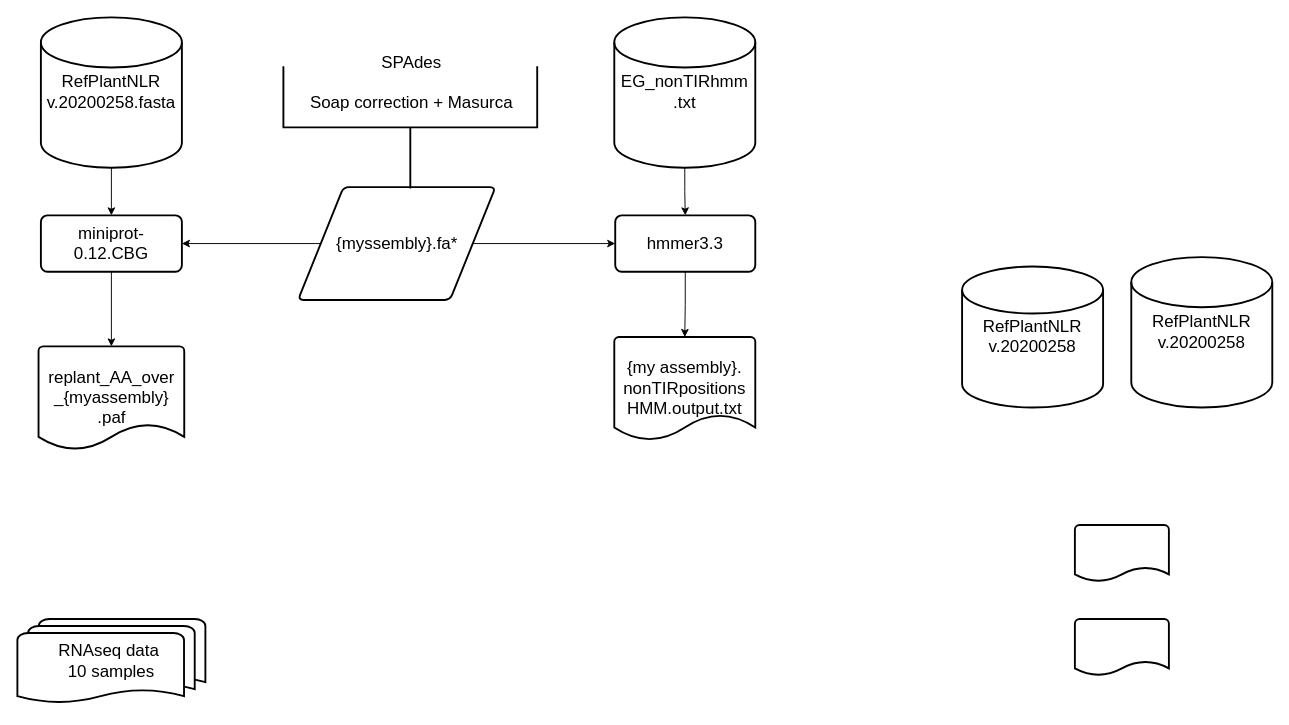
This is Untitled Diagram.drawio from acarolinao/planets, a draw.io file, before an edit. Source tidied: cells renumbered, new cells numbered last; positions are measured from the earlier drawing's top-left corner, leaving out a move shared by most shapes. Both pictures are drawn from the tidied source at 94%, with x=0, y=0 at pixel (17, 0).
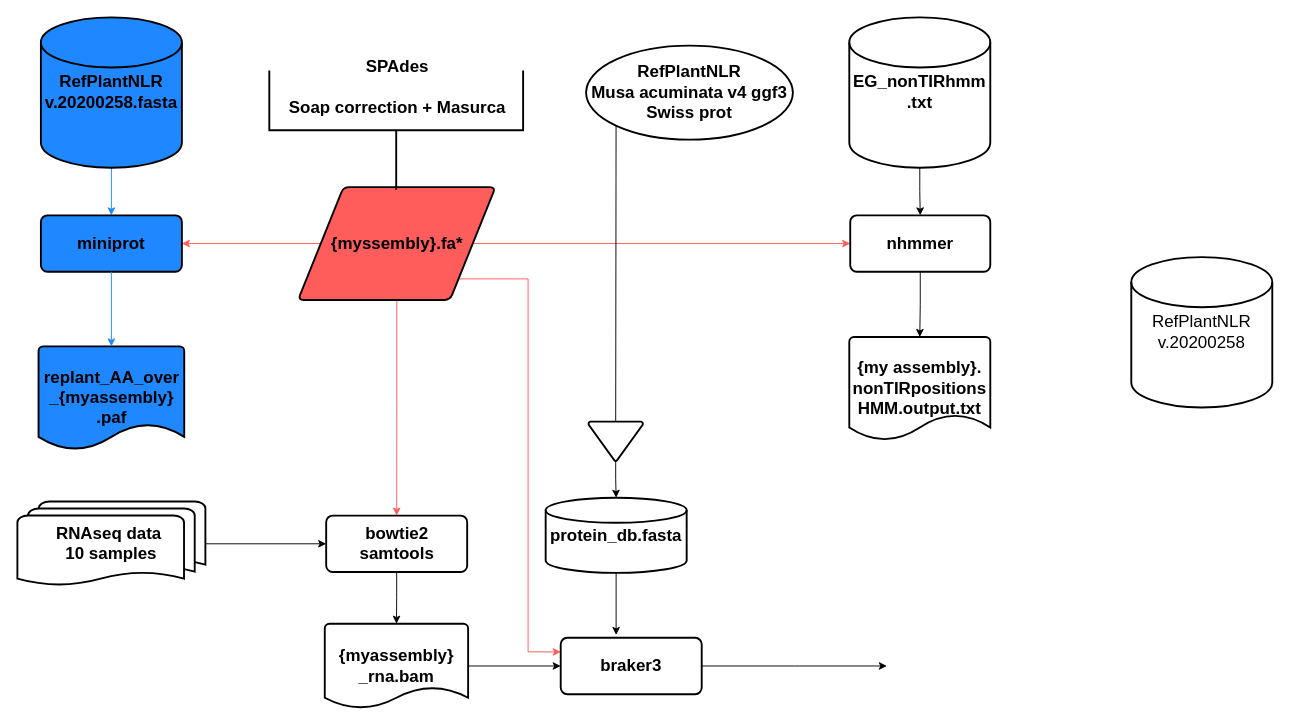
The same diagram, later.

What changed in the source:
```diff
@@
-    <mxCell id="2" style="edgeStyle=orthogonalEdgeStyle;rounded=0;jettySize=auto;html=1;entryX=1;entryY=0.5;entryDx=0;entryDy=0;" parent="1" edge="1" source="4" target="17">
+    <mxCell id="2" style="edgeStyle=orthogonalEdgeStyle;rounded=0;jettySize=auto;html=1;entryX=1;entryY=0.5;entryDx=0;entryDy=0;strokeColor=#FF5C5C;" parent="1" edge="1" source="4" target="17">
       <mxGeometry relative="1" as="geometry" />
     </mxCell>
+    <mxCell id="22" style="edgeStyle=orthogonalEdgeStyle;rounded=0;jettySize=auto;html=1;exitX=0.5;exitY=1;exitDx=0;exitDy=0;strokeColor=#FF5C5C;" parent="1" edge="1" source="4" target="27">
+      <mxGeometry relative="1" as="geometry" />
+    </mxCell>
-    <mxCell id="3" style="edgeStyle=orthogonalEdgeStyle;rounded=0;jettySize=auto;html=1;entryX=0;entryY=0.5;entryDx=0;entryDy=0;" parent="1" edge="1" source="4" target="18">
+    <mxCell id="3" style="edgeStyle=orthogonalEdgeStyle;rounded=0;jettySize=auto;html=1;entryX=0;entryY=0.5;entryDx=0;entryDy=0;strokeColor=#FF5C5C;" parent="1" edge="1" source="4" target="18">
       <mxGeometry relative="1" as="geometry" />
     </mxCell>
+    <mxCell id="23" style="edgeStyle=orthogonalEdgeStyle;rounded=0;jettySize=auto;html=1;entryX=0;entryY=0.25;entryDx=0;entryDy=0;strokeColor=#FF5C5C;exitX=1;exitY=1;exitDx=0;exitDy=0;" parent="1" edge="1" source="4" target="35">
+      <mxGeometry relative="1" as="geometry" />
+    </mxCell>
-    <mxCell id="4" value="&lt;font style=&quot;font-size: 18px;&quot;&gt;{myssembly}.fa*&lt;/font&gt;" style="shape=parallelogram;html=1;strokeWidth=2;perimeter=parallelogramPerimeter;whiteSpace=wrap;rounded=1;arcSize=12;size=0.23;" parent="1" vertex="1">
+    <mxCell id="4" value="&lt;font style=&quot;font-size: 18px;&quot;&gt;&lt;b&gt;{myssembly}.fa*&lt;/b&gt;&lt;/font&gt;" style="shape=parallelogram;html=1;strokeWidth=2;perimeter=parallelogramPerimeter;whiteSpace=wrap;rounded=1;arcSize=12;size=0.23;strokeColor=#000000;fillColor=#FF5C5C;" parent="1" vertex="1">
       <mxGeometry x="298.6" y="198.6" width="210" height="120" as="geometry" />
     </mxCell>
     <mxCell id="5" style="strokeWidth=2;html=1;shape=mxgraph.flowchart.annotation_2;align=left;labelPosition=right;rotation=-90;" parent="1" vertex="1">
-      <mxGeometry x="353" width="130" height="270" as="geometry" />
+      <mxGeometry x="339.5" y="3" width="127" height="270" as="geometry" />
     </mxCell>
-    <mxCell id="6" value="&lt;font style=&quot;font-size: 18px;&quot;&gt;SPAdes&lt;br&gt;&lt;br&gt;Soap correction + Masurca&lt;/font&gt;" style="text;html=1;align=center;verticalAlign=middle;strokeColor=none;fillColor=none;" parent="1" vertex="1">
-      <mxGeometry x="298.6" y="48" width="240" height="80" as="geometry" />
+    <mxCell id="6" value="&lt;font style=&quot;font-size: 18px;&quot;&gt;&lt;b&gt;SPAdes&lt;br&gt;&lt;br&gt;Soap correction + Masurca&lt;/b&gt;&lt;/font&gt;" style="text;html=1;align=center;verticalAlign=middle;strokeColor=none;fillColor=none;" parent="1" vertex="1">
+      <mxGeometry x="278.6" y="52.5" width="250" height="80" as="geometry" />
     </mxCell>
-    <mxCell id="7" style="strokeWidth=2;html=1;shape=mxgraph.flowchart.document2;whiteSpace=wrap;size=0.25;" parent="1" vertex="1">
-      <mxGeometry x="1125" y="658" width="100" height="60" as="geometry" />
-    </mxCell>
-    <mxCell id="8" style="strokeWidth=2;html=1;shape=mxgraph.flowchart.document2;whiteSpace=wrap;size=0.25;" parent="1" vertex="1">
-      <mxGeometry x="1125" y="558" width="100" height="60" as="geometry" />
-    </mxCell>
-    <mxCell id="9" value="&lt;font style=&quot;font-size: 18px;&quot;&gt;{my assembly}.&lt;br&gt;nonTIRpositions&lt;br&gt;HMM.output.txt&lt;/font&gt;" style="strokeWidth=2;html=1;shape=mxgraph.flowchart.document2;whiteSpace=wrap;size=0.25;" parent="1" vertex="1">
-      <mxGeometry x="635" y="358" width="150" height="110" as="geometry" />
+    <mxCell id="9" value="&lt;font style=&quot;font-size: 18px;&quot;&gt;&lt;b&gt;{my assembly}.&lt;br&gt;nonTIRpositions&lt;br&gt;HMM.output.txt&lt;/b&gt;&lt;/font&gt;" style="strokeWidth=2;html=1;shape=mxgraph.flowchart.document2;whiteSpace=wrap;size=0.25;" parent="1" vertex="1">
+      <mxGeometry x="885" y="358" width="150" height="110" as="geometry" />
     </mxCell>
-    <mxCell id="10" value="&lt;font style=&quot;font-size: 18px;&quot;&gt;replant_AA_over _{myassembly} .paf&lt;/font&gt;" style="strokeWidth=2;html=1;shape=mxgraph.flowchart.document2;whiteSpace=wrap;size=0.25;" parent="1" vertex="1">
+    <mxCell id="10" value="&lt;font style=&quot;font-size: 18px;&quot;&gt;&lt;b&gt;replant_AA_over _{myassembly} .paf&lt;/b&gt;&lt;/font&gt;" style="strokeWidth=2;html=1;shape=mxgraph.flowchart.document2;whiteSpace=wrap;size=0.25;fillColor=#1F87FF;" parent="1" vertex="1">
       <mxGeometry x="22.5" y="368" width="155" height="110" as="geometry" />
     </mxCell>
-    <mxCell id="11" style="edgeStyle=orthogonalEdgeStyle;rounded=0;jettySize=auto;html=1;exitX=0.5;exitY=1;exitDx=0;exitDy=0;exitPerimeter=0;entryX=0.5;entryY=0;entryDx=0;entryDy=0;" parent="1" edge="1" source="12" target="17">
+    <mxCell id="11" style="edgeStyle=orthogonalEdgeStyle;rounded=0;jettySize=auto;html=1;exitX=0.5;exitY=1;exitDx=0;exitDy=0;exitPerimeter=0;entryX=0.5;entryY=0;entryDx=0;entryDy=0;fillColor=#1F87FF;strokeColor=#1F87FF;" parent="1" edge="1" source="12" target="17">
       <mxGeometry relative="1" as="geometry" />
     </mxCell>
-    <mxCell id="12" value="&lt;font style=&quot;font-size: 18px;&quot;&gt;RefPlantNLR&lt;br&gt;v.20200258.fasta&lt;/font&gt;" style="strokeWidth=2;html=1;shape=mxgraph.flowchart.database;whiteSpace=wrap;" parent="1" vertex="1">
+    <mxCell id="12" value="&lt;font style=&quot;font-size: 18px;&quot;&gt;&lt;b&gt;RefPlantNLR&lt;br&gt;v.20200258.fasta&lt;/b&gt;&lt;/font&gt;" style="strokeWidth=2;html=1;shape=mxgraph.flowchart.database;whiteSpace=wrap;fillColor=#1F87FF;" parent="1" vertex="1">
       <mxGeometry x="25" y="18" width="150" height="160" as="geometry" />
     </mxCell>
@@
+    <mxCell id="24" style="edgeStyle=orthogonalEdgeStyle;rounded=0;jettySize=auto;html=1;entryX=0.393;entryY=-0.05;entryDx=0;entryDy=0;entryPerimeter=0;" parent="1" edge="1" source="14" target="35">
+      <mxGeometry relative="1" as="geometry" />
+    </mxCell>
-    <mxCell id="14" value="&lt;font style=&quot;font-size: 18px;&quot;&gt;RefPlantNLR&lt;br&gt;v.20200258&lt;/font&gt;" style="strokeWidth=2;html=1;shape=mxgraph.flowchart.database;whiteSpace=wrap;" parent="1" vertex="1">
-      <mxGeometry x="1005" y="283" width="150" height="150" as="geometry" />
+    <mxCell id="14" value="&lt;font size=&quot;4&quot;&gt;&lt;b&gt;protein_db.fasta&lt;/b&gt;&lt;/font&gt;" style="strokeWidth=2;html=1;shape=mxgraph.flowchart.database;whiteSpace=wrap;" parent="1" vertex="1">
+      <mxGeometry x="562" y="529" width="150" height="80" as="geometry" />
     </mxCell>
@@
-    <mxCell id="16" value="&lt;font style=&quot;font-size: 18px;&quot;&gt;EG_nonTIRhmm .txt&lt;/font&gt;" style="strokeWidth=2;html=1;shape=mxgraph.flowchart.database;whiteSpace=wrap;" parent="1" vertex="1">
-      <mxGeometry x="635" y="18" width="150" height="160" as="geometry" />
+    <mxCell id="16" value="&lt;font style=&quot;font-size: 18px;&quot;&gt;&lt;b&gt;EG_nonTIRhmm .txt&lt;/b&gt;&lt;/font&gt;" style="strokeWidth=2;html=1;shape=mxgraph.flowchart.database;whiteSpace=wrap;" parent="1" vertex="1">
+      <mxGeometry x="885" y="18" width="150" height="160" as="geometry" />
     </mxCell>
-    <mxCell id="17" value="&lt;font style=&quot;font-size: 18px;&quot;&gt;miniprot-0.12.CBG&lt;/font&gt;" style="rounded=1;whiteSpace=wrap;html=1;absoluteArcSize=1;arcSize=14;strokeWidth=2;" parent="1" vertex="1">
+    <mxCell id="17" value="&lt;font style=&quot;font-size: 18px;&quot;&gt;&lt;b&gt;miniprot&lt;/b&gt;&lt;/font&gt;" style="rounded=1;whiteSpace=wrap;html=1;absoluteArcSize=1;arcSize=14;strokeWidth=2;fillColor=#1F87FF;" parent="1" vertex="1">
       <mxGeometry x="25" y="228.6" width="150" height="60" as="geometry" />
     </mxCell>
-    <mxCell id="18" value="&lt;font style=&quot;font-size: 18px;&quot;&gt;hmmer3.3&lt;/font&gt;" style="rounded=1;whiteSpace=wrap;html=1;absoluteArcSize=1;arcSize=14;strokeWidth=2;" parent="1" vertex="1">
-      <mxGeometry x="636" y="228.6" width="149" height="60" as="geometry" />
+    <mxCell id="18" value="&lt;font style=&quot;font-size: 18px;&quot;&gt;&lt;b&gt;nhmmer&lt;/b&gt;&lt;/font&gt;" style="rounded=1;whiteSpace=wrap;html=1;absoluteArcSize=1;arcSize=14;strokeWidth=2;" parent="1" vertex="1">
+      <mxGeometry x="886" y="228.6" width="149" height="60" as="geometry" />
     </mxCell>
+    <mxCell id="25" style="edgeStyle=orthogonalEdgeStyle;rounded=0;jettySize=auto;html=1;entryX=0;entryY=0.5;entryDx=0;entryDy=0;" parent="1" edge="1" source="19" target="27">
+      <mxGeometry relative="1" as="geometry" />
+    </mxCell>
-    <mxCell id="19" value="&lt;font style=&quot;font-size: 18px;&quot;&gt;RNAseq data&amp;nbsp;&lt;br&gt;10 samples&lt;br&gt;&lt;/font&gt;" style="strokeWidth=2;html=1;shape=mxgraph.flowchart.multi-document;whiteSpace=wrap;" parent="1" vertex="1">
-      <mxGeometry y="658" width="200" height="90" as="geometry" />
+    <mxCell id="19" value="&lt;font style=&quot;font-size: 18px;&quot;&gt;&lt;b&gt;RNAseq data&amp;nbsp;&lt;br&gt;10 samples&lt;/b&gt;&lt;br&gt;&lt;/font&gt;" style="strokeWidth=2;html=1;shape=mxgraph.flowchart.multi-document;whiteSpace=wrap;" parent="1" vertex="1">
+      <mxGeometry y="533" width="200" height="90" as="geometry" />
     </mxCell>
-    <mxCell id="20" style="edgeStyle=orthogonalEdgeStyle;rounded=0;jettySize=auto;html=1;exitX=0.5;exitY=1;exitDx=0;exitDy=0;entryX=0.5;entryY=0;entryDx=0;entryDy=0;entryPerimeter=0;" parent="1" edge="1" source="17" target="10">
+    <mxCell id="20" style="edgeStyle=orthogonalEdgeStyle;rounded=0;jettySize=auto;html=1;exitX=0.5;exitY=1;exitDx=0;exitDy=0;entryX=0.5;entryY=0;entryDx=0;entryDy=0;entryPerimeter=0;fillColor=#1F87FF;strokeColor=#1F87FF;" parent="1" edge="1" source="17" target="10">
       <mxGeometry relative="1" as="geometry" />
     </mxCell>
@@
+    <mxCell id="26" style="edgeStyle=orthogonalEdgeStyle;rounded=0;jettySize=auto;html=1;" parent="1" edge="1" source="27" target="29">
+      <mxGeometry relative="1" as="geometry" />
+    </mxCell>
+    <mxCell id="27" value="&lt;font style=&quot;font-size: 18px;&quot;&gt;&lt;b&gt;bowtie2&lt;br&gt;samtools&lt;/b&gt;&lt;br&gt;&lt;/font&gt;" style="rounded=1;whiteSpace=wrap;html=1;absoluteArcSize=1;arcSize=14;strokeWidth=2;" parent="1" vertex="1">
+      <mxGeometry x="328.5" y="548" width="150" height="60" as="geometry" />
+    </mxCell>
+    <mxCell id="28" style="edgeStyle=orthogonalEdgeStyle;rounded=0;jettySize=auto;html=1;entryX=0;entryY=0.5;entryDx=0;entryDy=0;" parent="1" edge="1" source="29" target="35">
+      <mxGeometry relative="1" as="geometry" />
+    </mxCell>
+    <mxCell id="29" value="&lt;font style=&quot;font-size: 18px;&quot;&gt;&lt;b&gt;{myassembly}&lt;br&gt;_rna.bam&lt;/b&gt;&lt;/font&gt;" style="strokeWidth=2;html=1;shape=mxgraph.flowchart.document2;whiteSpace=wrap;size=0.25;" parent="1" vertex="1">
+      <mxGeometry x="327" y="663" width="152.5" height="90" as="geometry" />
+    </mxCell>
+    <mxCell id="30" style="strokeWidth=2;html=1;shape=mxgraph.flowchart.merge_or_storage;whiteSpace=wrap;" parent="1" vertex="1">
+      <mxGeometry x="607.5" y="448" width="58" height="42" as="geometry" />
+    </mxCell>
+    <mxCell id="31" style="edgeStyle=orthogonalEdgeStyle;rounded=0;jettySize=auto;html=1;entryX=0.5;entryY=0;entryDx=0;entryDy=0;entryPerimeter=0;" parent="1" edge="1" source="30" target="14">
+      <mxGeometry relative="1" as="geometry" />
+    </mxCell>
+    <mxCell id="32" value="&lt;font style=&quot;font-size: 18px;&quot;&gt;&lt;b&gt;RefPlantNLR&lt;br&gt;Musa acuminata v4 ggf3&lt;br&gt;&amp;nbsp;Swiss prot&amp;nbsp;&lt;/b&gt;&lt;br&gt;&lt;/font&gt;" style="strokeWidth=2;html=1;shape=mxgraph.flowchart.start_1;whiteSpace=wrap;" parent="1" vertex="1">
+      <mxGeometry x="605" y="48" width="220" height="100" as="geometry" />
+    </mxCell>
+    <mxCell id="33" style="endArrow=none;html=1;rounded=0;entryX=0.145;entryY=0.855;entryDx=0;entryDy=0;entryPerimeter=0;exitX=0.5;exitY=0;exitDx=0;exitDy=0;exitPerimeter=0;" parent="1" edge="1" source="30" target="32">
+      <mxGeometry relative="1" as="geometry" />
+    </mxCell>
+    <mxCell id="34" style="edgeStyle=orthogonalEdgeStyle;rounded=0;jettySize=auto;html=1;" parent="1" edge="1" source="35">
+      <mxGeometry relative="1" as="geometry">
+        <mxPoint x="925" y="708" as="targetPoint" />
+      </mxGeometry>
+    </mxCell>
+    <mxCell id="35" value="&lt;font style=&quot;font-size: 18px;&quot;&gt;&lt;b&gt;braker3&lt;/b&gt;&lt;br&gt;&lt;/font&gt;" style="rounded=1;whiteSpace=wrap;html=1;absoluteArcSize=1;arcSize=14;strokeWidth=2;" parent="1" vertex="1">
+      <mxGeometry x="578" y="678" width="150" height="60" as="geometry" />
+    </mxCell>
```
